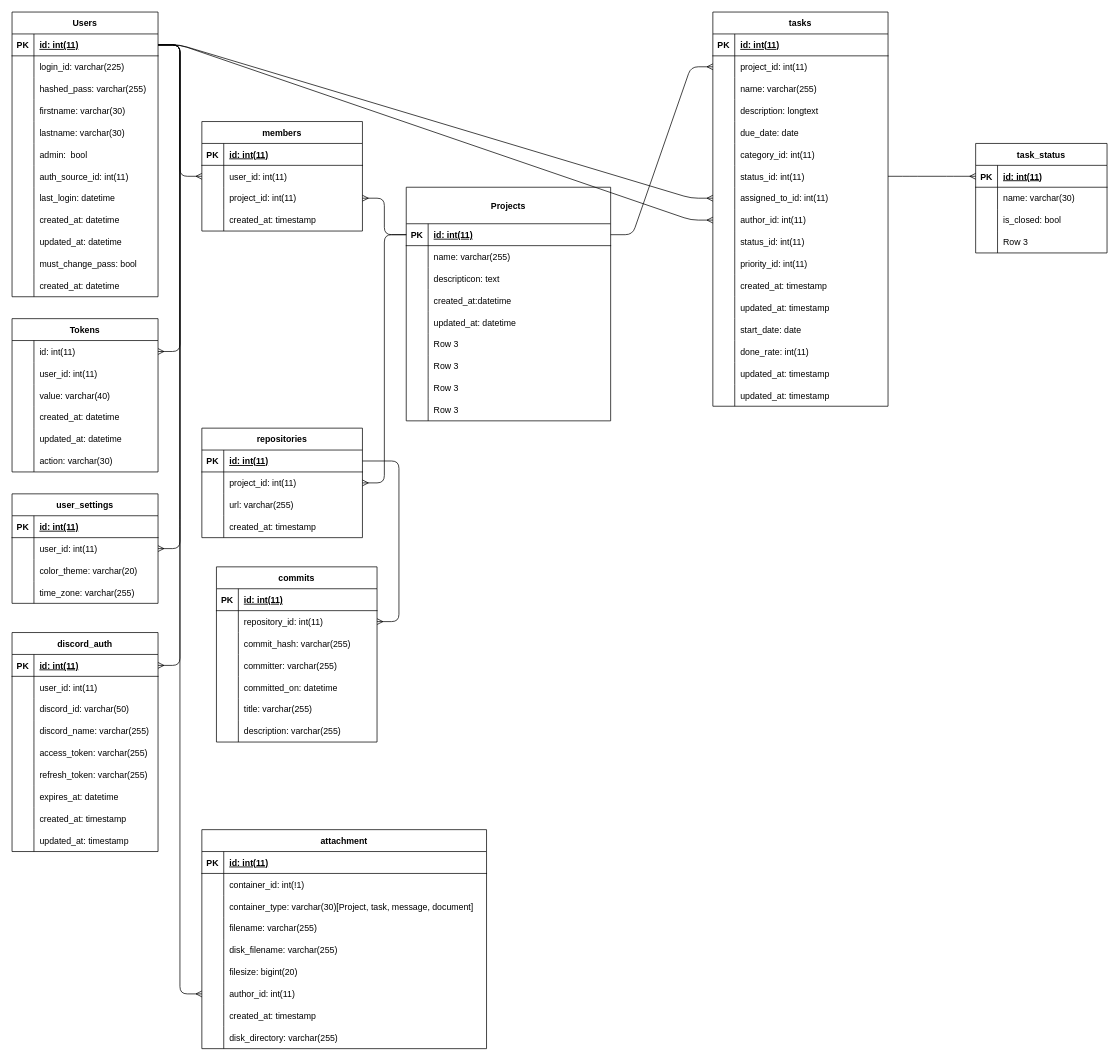
Above: ER.dio in hamuchan214/EProjectManager (draw.io), before the change. Source tidied: cells renumbered, new cells numbered last; positions are measured from the earlier drawing's top-left corner, leaving out a move shared by most shapes. Both pictures are drawn from the tidied source at 73%, with x=0, y=0 at pixel (12, 12).
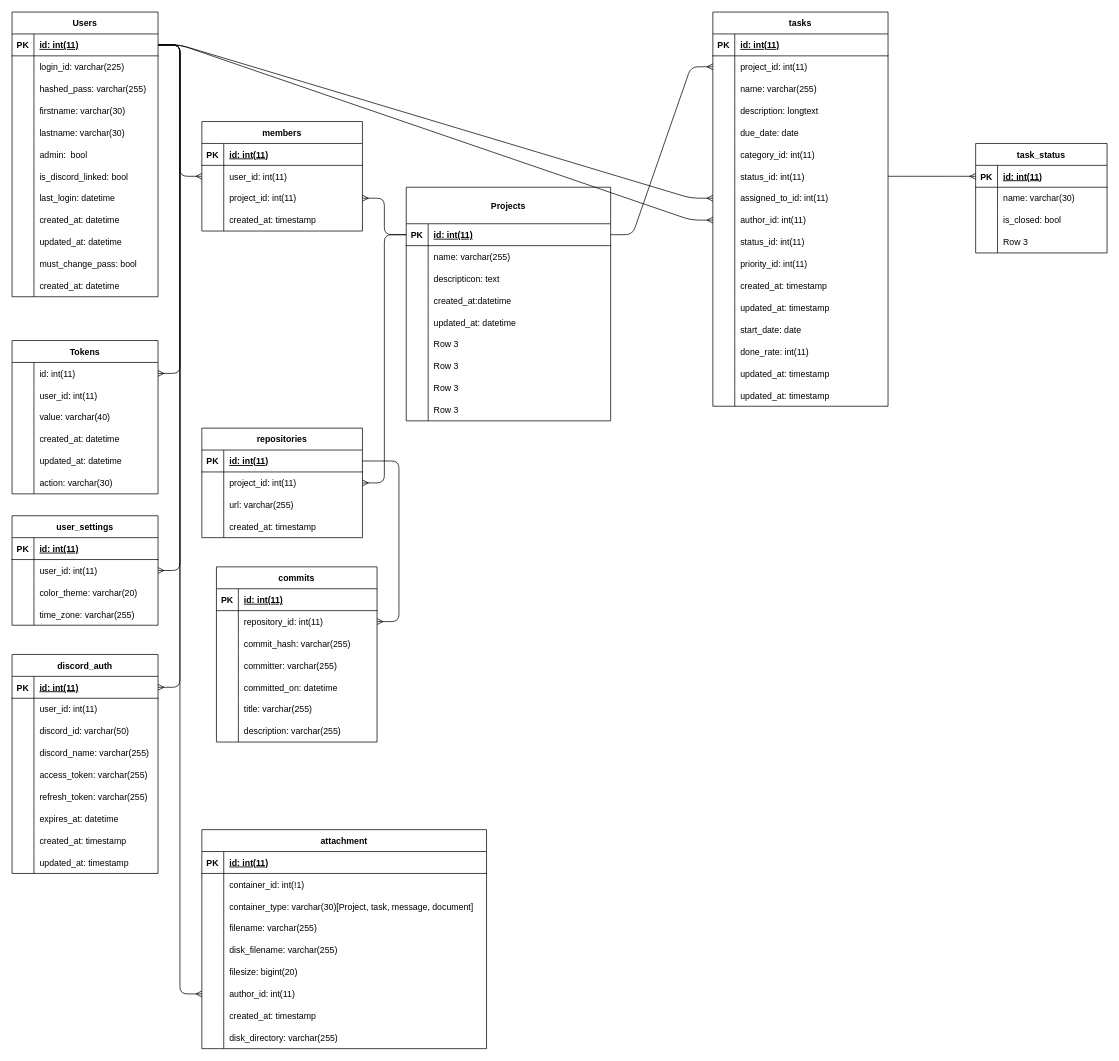
The same diagram, later.

Unchanged cells that the change refers to:
```xml
<mxCell id="49" style="shape=tableRow;horizontal=0;startSize=0;swimlaneHead=0;swimlaneBody=0;fillColor=none;top=0;left=0;right=0;bottom=0;" parent="30" vertex="1">
  <mxGeometry y="210" width="200" height="30" as="geometry" />
</mxCell>
```

What changed in the source:
```diff
@@
-    <mxCell id="51" value="auth_source_id: int(11)" style="shape=partialRectangle;fillColor=none;top=0;left=0;bottom=0;right=0;align=left;spacingLeft=6;overflow=hidden;" parent="49" vertex="1">
+    <mxCell id="51" value="is_discord_linked: bool" style="shape=partialRectangle;fillColor=none;top=0;left=0;bottom=0;right=0;align=left;spacingLeft=6;overflow=hidden;" parent="49" vertex="1">
       <mxGeometry x="30" width="170" height="30" as="geometry" />
     </mxCell>
@@
     <mxCell id="67" value="Tokens" style="shape=table;startSize=30;childLayout=tableLayout;rowLines=0;fontStyle=1;align=center;" parent="1" vertex="1">
-      <mxGeometry y="420" width="200" height="210" as="geometry" />
+      <mxGeometry y="450" width="200" height="210" as="geometry" />
     </mxCell>
@@
     <mxCell id="86" value="user_settings" style="shape=table;startSize=30;childLayout=tableLayout;rowLines=0;fontStyle=1;align=center;" parent="1" vertex="1">
-      <mxGeometry y="660" width="200" height="150" as="geometry" />
+      <mxGeometry y="690" width="200" height="150" as="geometry" />
     </mxCell>
@@
     <mxCell id="251" value="discord_auth" style="shape=table;startSize=30;childLayout=tableLayout;rowLines=0;fontStyle=1;align=center;" parent="1" vertex="1">
-      <mxGeometry y="850" width="200" height="300" as="geometry" />
+      <mxGeometry y="880" width="200" height="300" as="geometry" />
     </mxCell>
```
